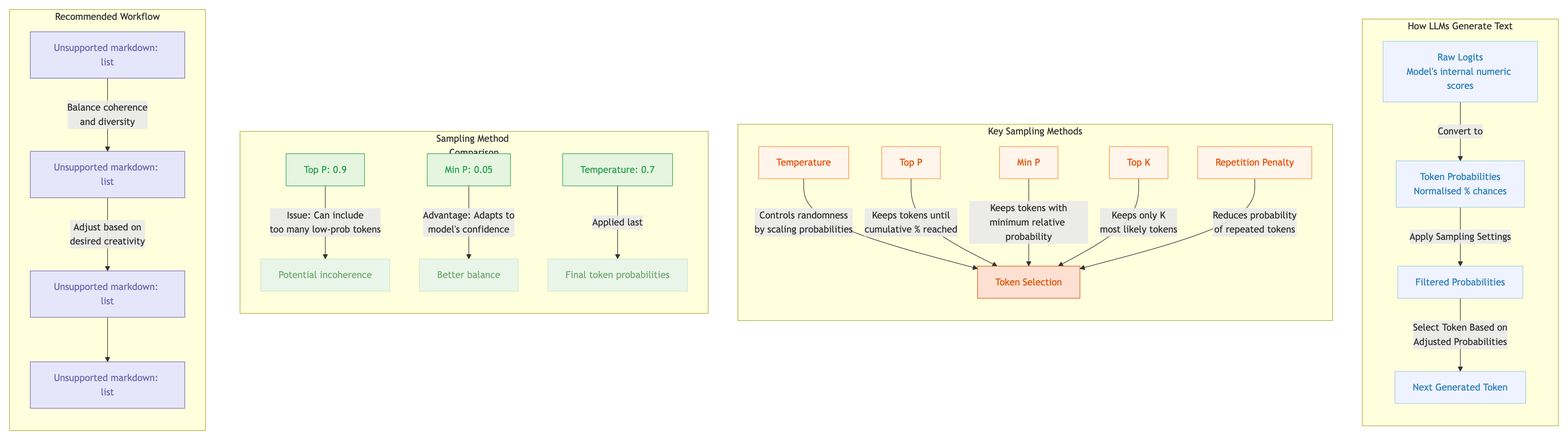
Earlier version of the Mermaid export content/posts/2025-04-25-llm-sampling-guide-ollama/ollama-sampling-diagram.png (sammcj/smcleod). Its source is kept beside it as content/posts/2025-04-25-llm-sampling-guide-ollama/ollama-sampling-diagram.mermaid.
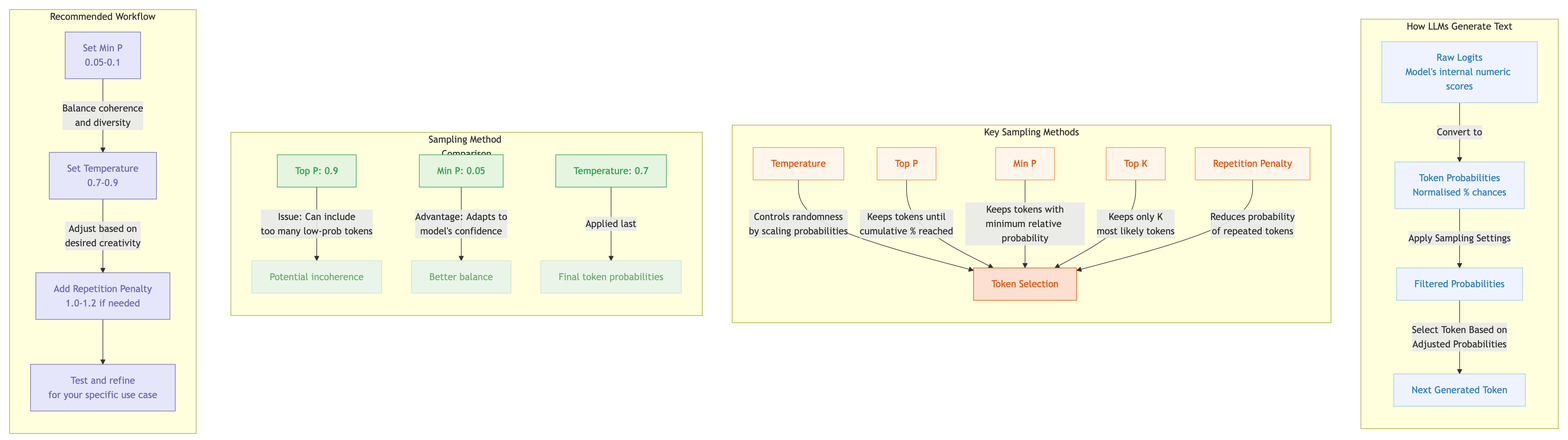
The same diagram one commit later.

The edit, as a diff of the source:
```diff
@@ -20,9 +20,9 @@
     end
 
     subgraph "Recommended Workflow"
-        Q[1. Set Min P<br>0.05-0.1] -->|Balance coherence<br>and diversity| R[2. Set Temperature<br>0.7-0.9]
-        R -->|Adjust based on<br>desired creativity| S[3. Add Repetition Penalty<br>1.0-1.2 if needed]
-        S --> T[4. Test and refine<br>for your specific use case]
+        Q[Set Min P<br>0.05-0.1] -->|Balance coherence<br>and diversity| R[Set Temperature<br>0.7-0.9]
+        R -->|Adjust based on<br>desired creativity| S[Add Repetition Penalty<br>1.0-1.2 if needed]
+        S --> T[Test and refine<br>for your specific use case]
     end
 
     style A fill:#EFF3FF,stroke:#9ECAE1,color:#3182BD
```
